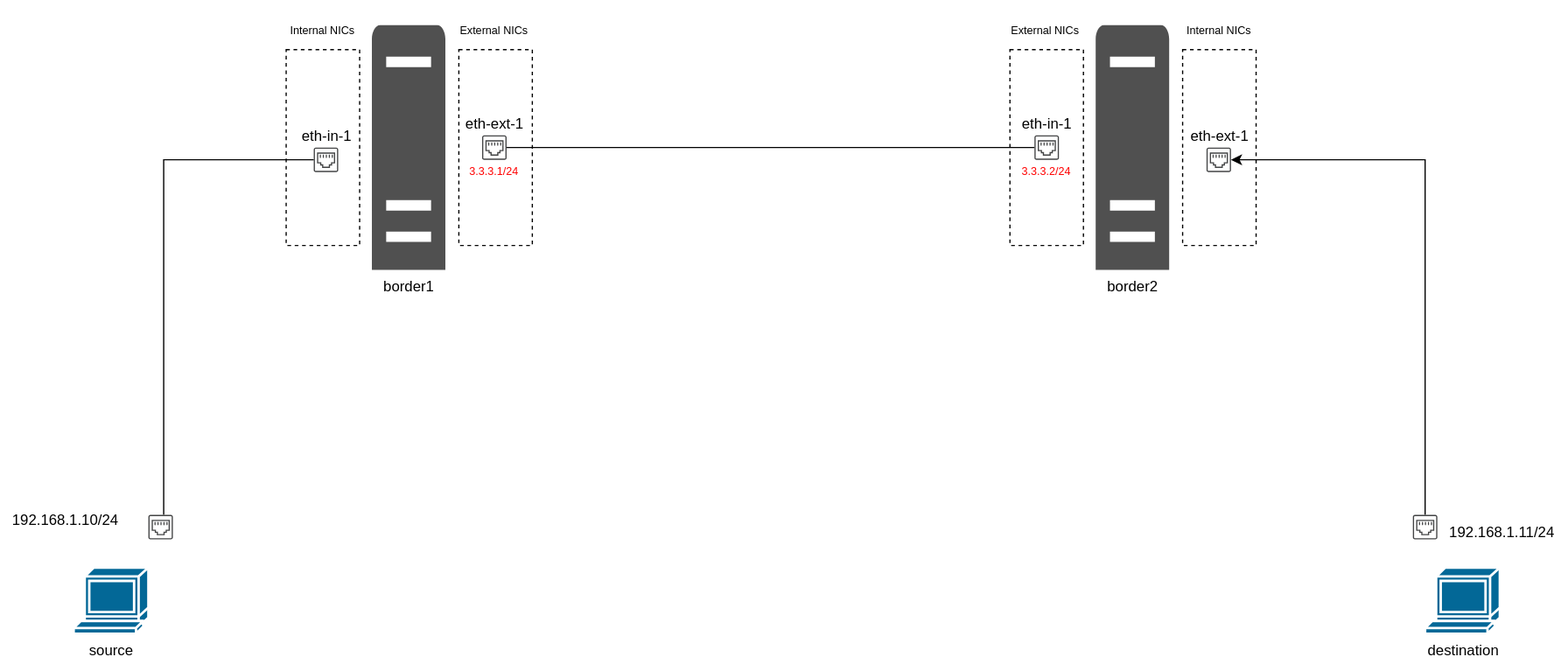
Above: readme/vxlan_e2e_test.drawio.svg in timb-machine-mirrors/unikzforce-wormhole (draw.io), before the change. Source tidied: cells renumbered, new cells last; positions are measured from the earlier drawing's top-left corner, leaving out a move shared by most shapes.
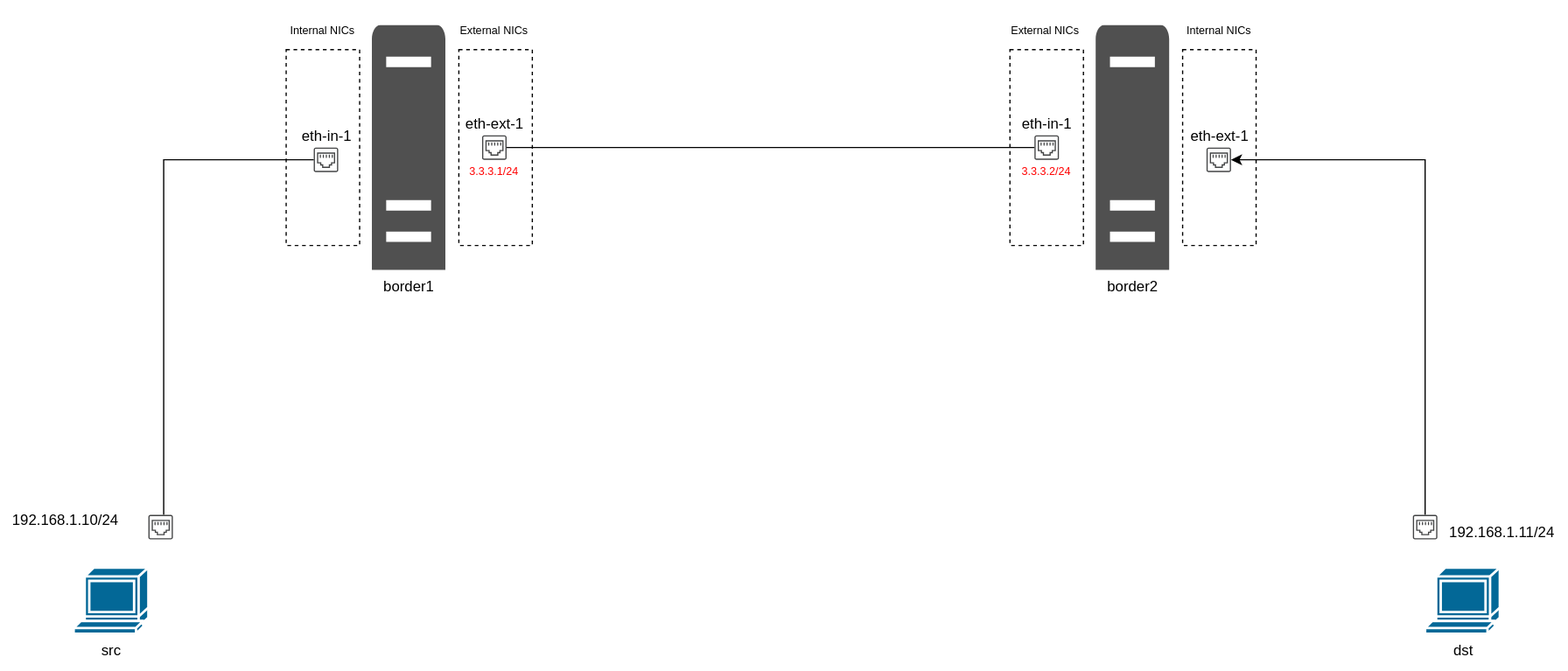
The same file after the commit.

Commit message:
WRM-20 improve

The edit, as a diff of the source:
```diff
@@ -56,7 +56,7 @@
     <mxCell id="19" value="&lt;div&gt;192.168.1.11/24&lt;/div&gt;" style="text;html=1;align=center;verticalAlign=middle;whiteSpace=wrap;rounded=0;" parent="1" vertex="1">
       <mxGeometry x="1172.5" y="410" width="60" height="30" as="geometry" />
     </mxCell>
-    <mxCell id="20" value="destination" style="shape=mxgraph.cisco.computers_and_peripherals.terminal;html=1;dashed=0;fillColor=#036897;strokeColor=#ffffff;strokeWidth=2;verticalLabelPosition=bottom;verticalAlign=top;align=center;" parent="1" vertex="1">
+    <mxCell id="20" value="dst" style="shape=mxgraph.cisco.computers_and_peripherals.terminal;html=1;dashed=0;fillColor=#036897;strokeColor=#ffffff;strokeWidth=2;verticalLabelPosition=bottom;verticalAlign=top;align=center;" parent="1" vertex="1">
       <mxGeometry x="1140" y="453" width="61" height="54" as="geometry" />
     </mxCell>
     <mxCell id="21" style="edgeStyle=orthogonalEdgeStyle;rounded=0;jettySize=auto;html=1;" parent="1" edge="1" source="22" target="15">
@@ -72,7 +72,7 @@
     <mxCell id="23" value="192.168.1.10/24" style="text;html=1;align=center;verticalAlign=middle;whiteSpace=wrap;rounded=0;" parent="1" vertex="1">
       <mxGeometry y="400" width="60" height="30" as="geometry" />
     </mxCell>
-    <mxCell id="24" value="source" style="shape=mxgraph.cisco.computers_and_peripherals.terminal;html=1;dashed=0;fillColor=#036897;strokeColor=#ffffff;strokeWidth=2;verticalLabelPosition=bottom;verticalAlign=top;align=center;" parent="1" vertex="1">
+    <mxCell id="24" value="src" style="shape=mxgraph.cisco.computers_and_peripherals.terminal;html=1;dashed=0;fillColor=#036897;strokeColor=#ffffff;strokeWidth=2;verticalLabelPosition=bottom;verticalAlign=top;align=center;" parent="1" vertex="1">
       <mxGeometry x="36.5" y="453" width="61" height="54" as="geometry" />
     </mxCell>
     <mxCell id="25" style="edgeStyle=orthogonalEdgeStyle;rounded=0;jettySize=auto;html=1;endArrow=none;startFill=0;" parent="1" edge="1" source="26" target="6">
```
